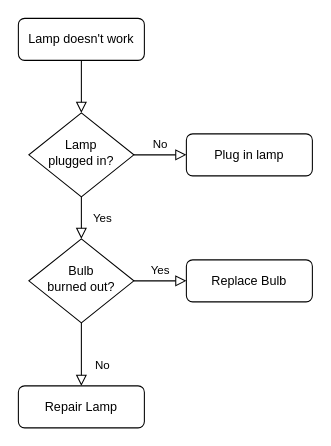
This is sample/flowchart.drawio from mashu3/drawio2pptx, a draw.io file, before an edit. Source tidied: cells renumbered, new cells numbered last; positions are measured from the earlier drawing's top-left corner, leaving out a move shared by most shapes. Both pictures are drawn from the tidied source at 105%, with x=0, y=0 at pixel (18, 18).
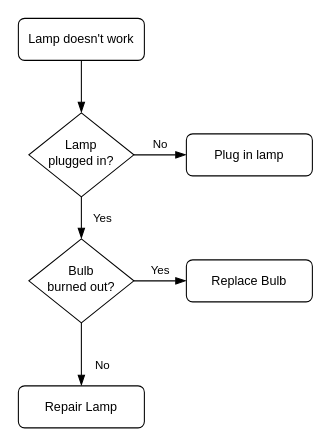
The same diagram, later.

Commit message (it also covers changes not shown here):
add: add flowchart sample files (drawio.svg and pptx)

The edit, as a diff of the source:
```diff
@@
 <mxGraphModel>
   <root>
     <mxCell id="0" />
     <mxCell id="1" parent="0" />
-    <mxCell id="2" style="rounded=0;html=1;jettySize=auto;fontSize=11;endArrow=block;endFill=0;endSize=8;strokeWidth=1;shadow=0;labelBackgroundColor=none;edgeStyle=orthogonalEdgeStyle;" parent="1" edge="1" source="3" target="6">
+    <mxCell id="2" style="edgeStyle=orthogonalEdgeStyle;rounded=0;jettySize=auto;html=1;endArrow=blockThin;endFill=1;endSize=8;" parent="1" edge="1" source="3" target="6">
       <mxGeometry relative="1" as="geometry" />
     </mxCell>
     <mxCell id="3" value="Lamp doesn't work" style="rounded=1;whiteSpace=wrap;html=1;fontSize=12;glass=0;strokeWidth=1;shadow=0;" parent="1" vertex="1">
       <mxGeometry width="120" height="40" as="geometry" />
     </mxCell>
-    <mxCell id="4" value="Yes" style="rounded=0;html=1;jettySize=auto;fontSize=11;endArrow=block;endFill=0;endSize=8;strokeWidth=1;shadow=0;labelBackgroundColor=none;edgeStyle=orthogonalEdgeStyle;" parent="1" edge="1" source="6" target="10">
+    <mxCell id="4" value="Yes" style="rounded=0;html=1;jettySize=auto;fontSize=11;endArrow=blockThin;endFill=1;endSize=8;strokeWidth=1;shadow=0;labelBackgroundColor=none;edgeStyle=orthogonalEdgeStyle;" parent="1" edge="1" source="6" target="10">
       <mxGeometry y="20" relative="1" as="geometry" />
     </mxCell>
-    <mxCell id="5" value="No" style="edgeStyle=orthogonalEdgeStyle;rounded=0;html=1;jettySize=auto;fontSize=11;endArrow=block;endFill=0;endSize=8;strokeWidth=1;shadow=0;labelBackgroundColor=none;" parent="1" edge="1" source="6" target="7">
+    <mxCell id="5" value="No" style="edgeStyle=orthogonalEdgeStyle;rounded=0;html=1;jettySize=auto;fontSize=11;endArrow=blockThin;endFill=1;endSize=8;strokeWidth=1;shadow=0;labelBackgroundColor=none;" parent="1" edge="1" source="6" target="7">
       <mxGeometry y="10" relative="1" as="geometry" />
     </mxCell>
     <mxCell id="6" value="Lamp&lt;br&gt;plugged in?" style="rhombus;whiteSpace=wrap;html=1;shadow=0;fontFamily=Helvetica;fontSize=12;align=center;strokeWidth=1;spacing=6;spacingTop=-4;" parent="1" vertex="1">
       <mxGeometry x="10" y="90" width="100" height="80" as="geometry" />
     </mxCell>
     <mxCell id="7" value="Plug in lamp" style="rounded=1;whiteSpace=wrap;html=1;fontSize=12;glass=0;strokeWidth=1;shadow=0;" parent="1" vertex="1">
       <mxGeometry x="160" y="110" width="120" height="40" as="geometry" />
     </mxCell>
-    <mxCell id="8" value="No" style="rounded=0;html=1;jettySize=auto;fontSize=11;endArrow=block;endFill=0;endSize=8;strokeWidth=1;shadow=0;labelBackgroundColor=none;edgeStyle=orthogonalEdgeStyle;" parent="1" edge="1" source="10" target="11">
+    <mxCell id="8" value="No" style="rounded=0;html=1;jettySize=auto;fontSize=11;endArrow=blockThin;endFill=1;endSize=8;strokeWidth=1;shadow=0;labelBackgroundColor=none;edgeStyle=orthogonalEdgeStyle;" parent="1" edge="1" source="10" target="11">
       <mxGeometry x="0.33" y="20" relative="1" as="geometry" />
     </mxCell>
-    <mxCell id="9" value="Yes" style="edgeStyle=orthogonalEdgeStyle;rounded=0;html=1;jettySize=auto;fontSize=11;endArrow=block;endFill=0;endSize=8;strokeWidth=1;shadow=0;labelBackgroundColor=none;" parent="1" edge="1" source="10" target="12">
+    <mxCell id="9" value="Yes" style="edgeStyle=orthogonalEdgeStyle;rounded=0;html=1;jettySize=auto;fontSize=11;endArrow=blockThin;endFill=1;endSize=8;strokeWidth=1;shadow=0;labelBackgroundColor=none;" parent="1" edge="1" source="10" target="12">
       <mxGeometry y="10" relative="1" as="geometry" />
     </mxCell>
     <mxCell id="10" value="Bulb&lt;br&gt;burned out?" style="rhombus;whiteSpace=wrap;html=1;shadow=0;fontFamily=Helvetica;fontSize=12;align=center;strokeWidth=1;spacing=6;spacingTop=-4;" parent="1" vertex="1">
       <mxGeometry x="10" y="210" width="100" height="80" as="geometry" />
     </mxCell>
     <mxCell id="11" value="Repair Lamp" style="rounded=1;whiteSpace=wrap;html=1;fontSize=12;glass=0;strokeWidth=1;shadow=0;" parent="1" vertex="1">
       <mxGeometry y="350" width="120" height="40" as="geometry" />
     </mxCell>
     <mxCell id="12" value="Replace Bulb" style="rounded=1;whiteSpace=wrap;html=1;fontSize=12;glass=0;strokeWidth=1;shadow=0;" parent="1" vertex="1">
       <mxGeometry x="160" y="230" width="120" height="40" as="geometry" />
     </mxCell>
   </root>
 </mxGraphModel>
```
